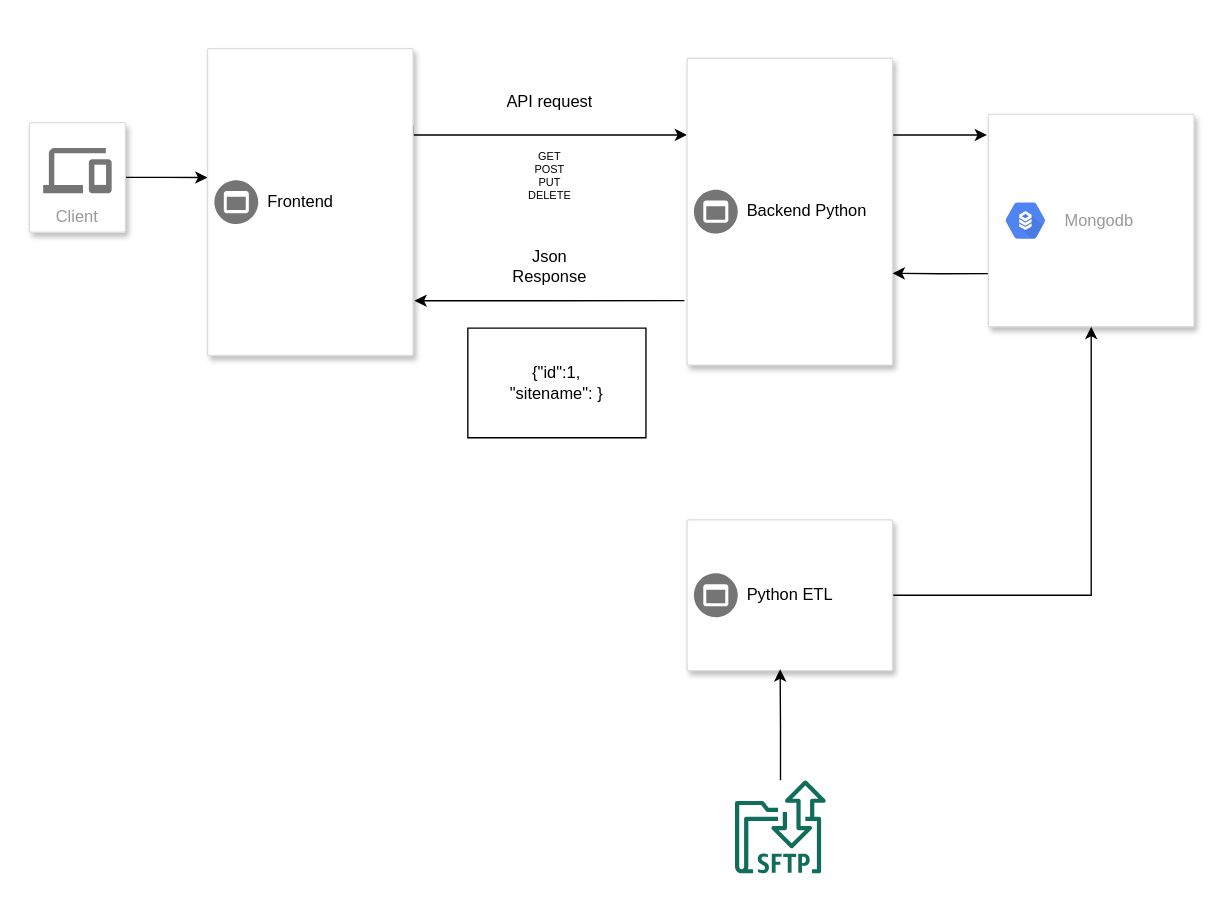
Above: Untitled Diagram.drawio in greenbird90/myproject (draw.io), before the change. Source tidied: cells renumbered, new cells numbered last; positions are measured from the earlier drawing's top-left corner, leaving out a move shared by most shapes. Both pictures are drawn from the tidied source at 137%, with x=0, y=0 at pixel (29, 48).
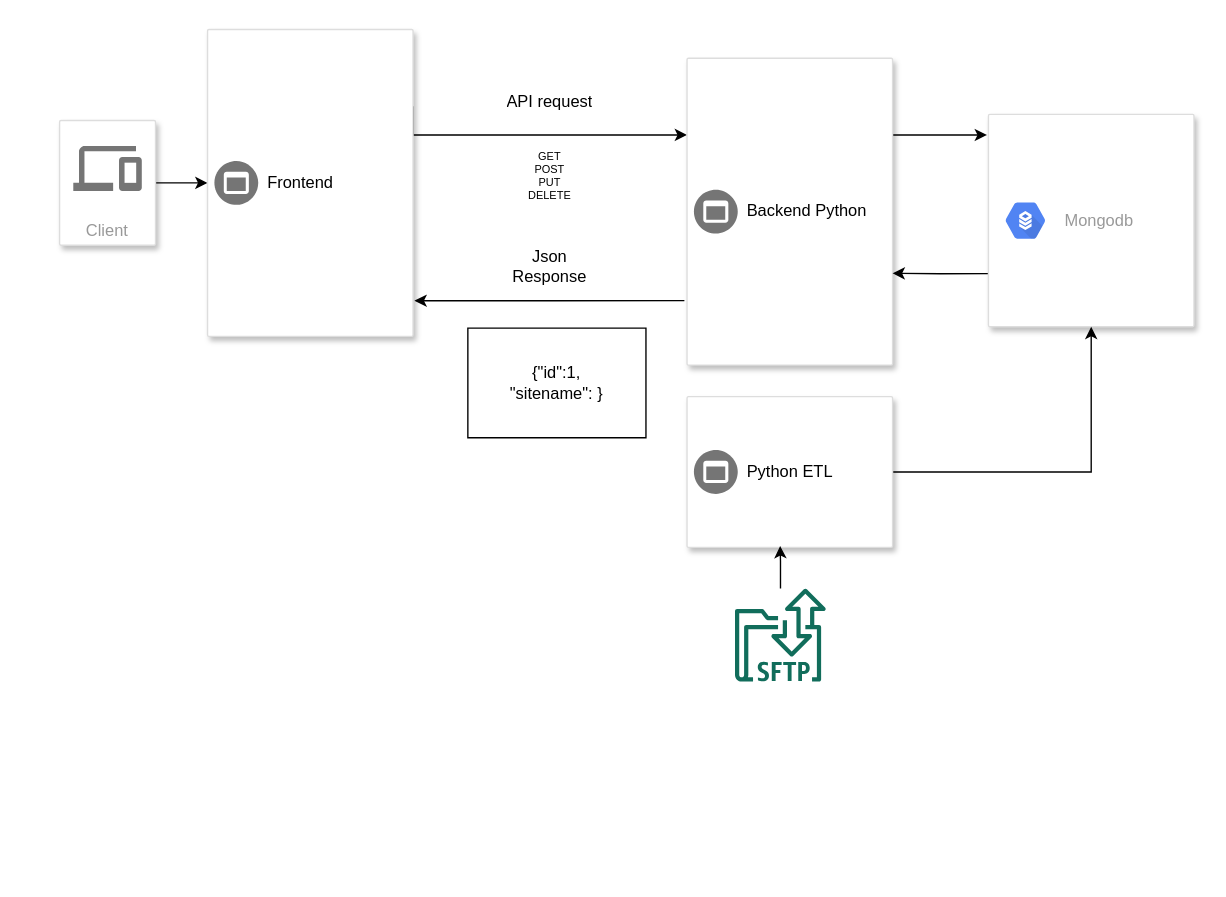
The same diagram, later.

Change to the diagram source:
```diff
@@
-    <mxCell id="2" style="edgeStyle=orthogonalEdgeStyle;rounded=0;jettySize=auto;html=1;entryX=0;entryY=0.42;entryDx=0;entryDy=0;entryPerimeter=0;exitX=1;exitY=0.5;exitDx=0;exitDy=0;" parent="1" edge="1" source="3" target="6">
+    <mxCell id="2" style="edgeStyle=orthogonalEdgeStyle;rounded=0;jettySize=auto;html=1;exitX=1;exitY=0.5;exitDx=0;exitDy=0;entryX=0;entryY=0.5;entryDx=0;entryDy=0;" parent="1" edge="1" source="3" target="6">
       <mxGeometry relative="1" as="geometry" />
     </mxCell>
     <mxCell id="3" value="Client" style="strokeColor=#dddddd;fillColor=#ffffff;shadow=1;strokeWidth=1;rounded=1;absoluteArcSize=1;arcSize=2;labelPosition=center;verticalLabelPosition=middle;align=center;verticalAlign=bottom;spacingLeft=0;fontColor=#999999;fontSize=12;whiteSpace=wrap;spacingBottom=2;html=1;" parent="1" vertex="1">
-      <mxGeometry y="54" width="70" height="80" as="geometry" />
+      <mxGeometry x="22" y="52.5" width="70" height="91" as="geometry" />
     </mxCell>
@@
     <mxCell id="6" style="strokeColor=#dddddd;shadow=1;strokeWidth=1;rounded=1;absoluteArcSize=1;arcSize=2;" parent="1" vertex="1">
-      <mxGeometry x="130" width="150" height="224" as="geometry" />
+      <mxGeometry x="130" y="-14" width="150" height="224" as="geometry" />
     </mxCell>
@@
     <mxCell id="28" style="strokeColor=#dddddd;shadow=1;strokeWidth=1;rounded=1;absoluteArcSize=1;arcSize=2;" parent="1" vertex="1">
-      <mxGeometry x="480" y="344" width="150" height="110" as="geometry" />
+      <mxGeometry x="480" y="254" width="150" height="110" as="geometry" />
     </mxCell>
@@
     <mxCell id="31" style="outlineConnect=0;fontColor=#232F3E;gradientColor=none;fillColor=#116D5B;strokeColor=none;dashed=0;verticalLabelPosition=bottom;verticalAlign=top;align=center;html=1;fontSize=12;fontStyle=0;shape=mxgraph.aws4.transfer_for_sftp_resource;" parent="1" vertex="1">
-      <mxGeometry x="515" y="534" width="66.3" height="68" as="geometry" />
+      <mxGeometry x="515" y="394" width="66.3" height="68" as="geometry" />
     </mxCell>
```
